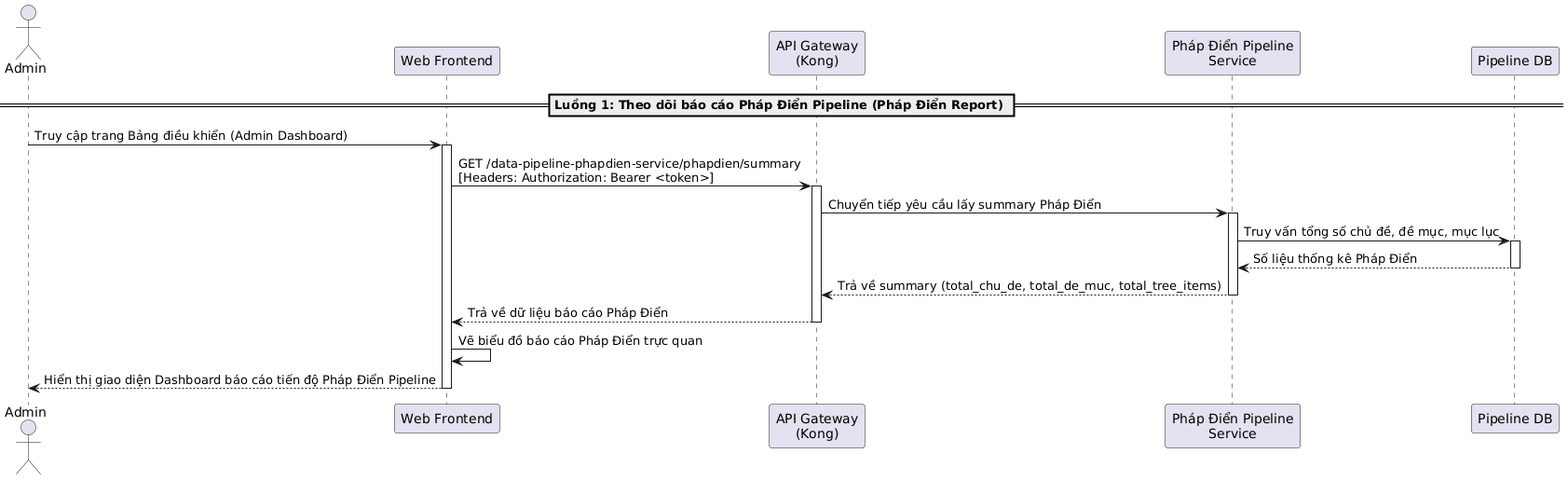
Earlier version of the PlantUML export temp/05-sequence/UML-Sequence-26.png (20206205Tech/docs-uml).
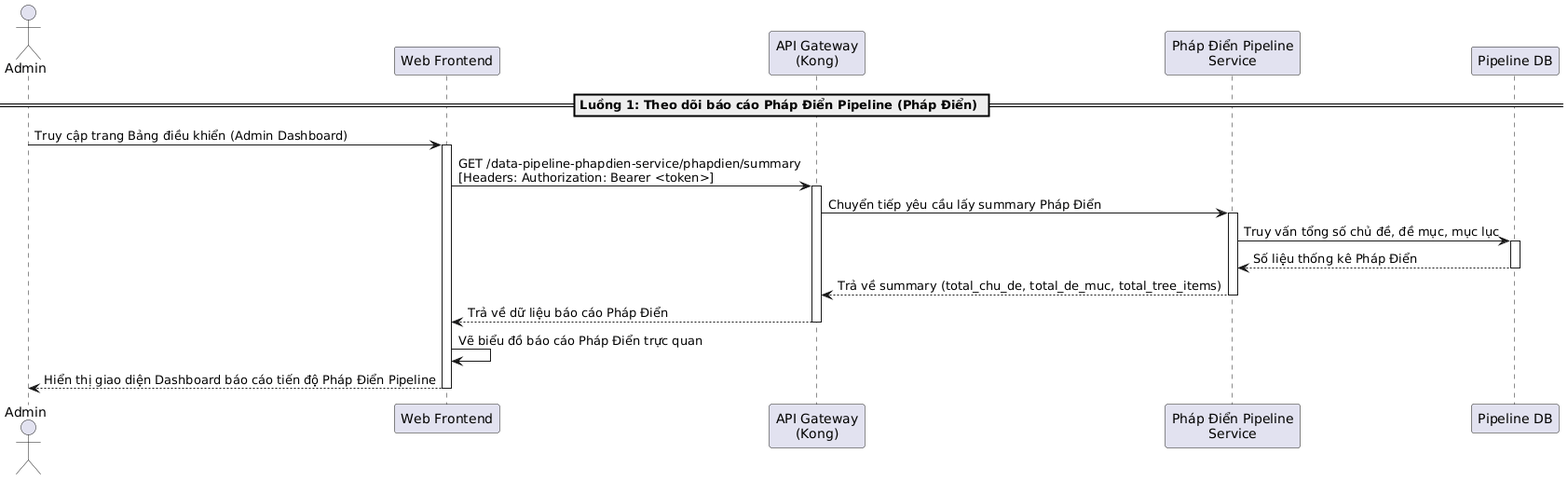
Above is the later version.

The edit, as a diff of the source:
```diff
@@ -5,7 +5,7 @@
 participant "Pháp Điển Pipeline\nService" as PhapDienService
 participant "Pipeline DB" as DB
 
-== Luồng 1: Theo dõi báo cáo Pháp Điển Pipeline (Pháp Điển Report) ==
+== Luồng 1: Theo dõi báo cáo Pháp Điển Pipeline (Pháp Điển) ==
 Admin -> Frontend: Truy cập trang Bảng điều khiển (Admin Dashboard)
 activate Frontend
 
```
